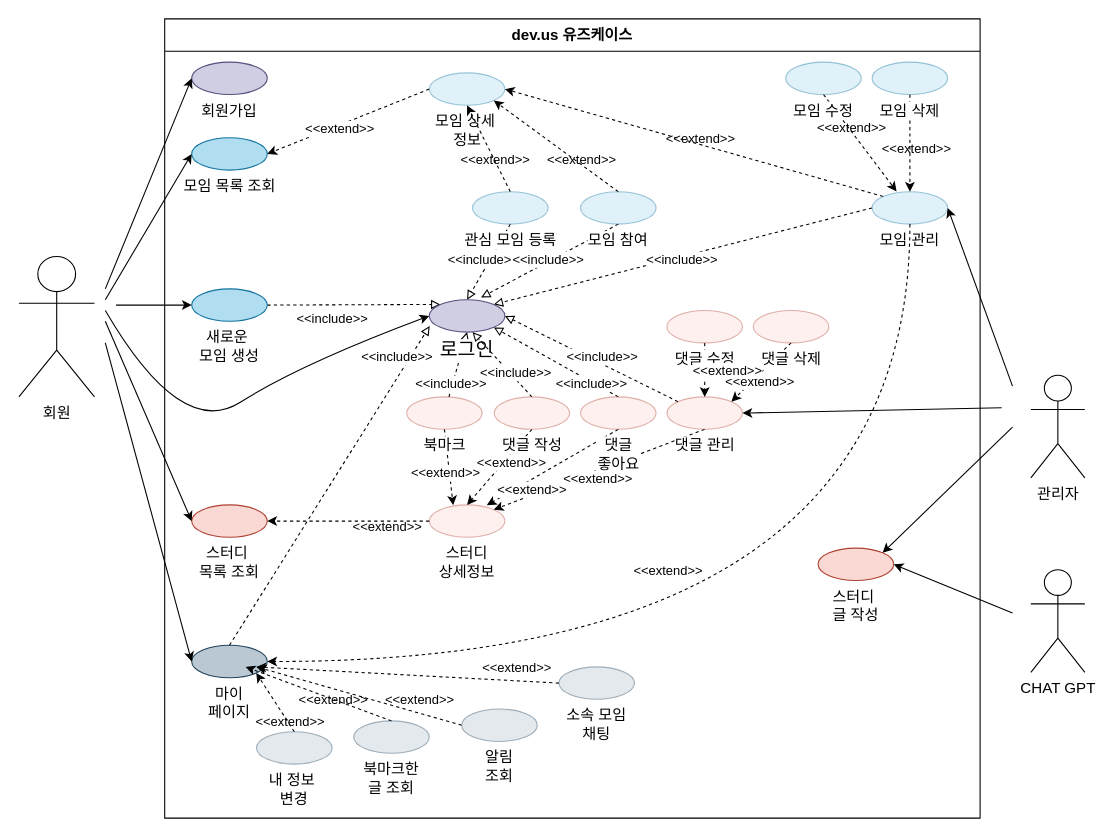
Above: 유즈케이스.drawio in 1201q/dev.us (draw.io), before the change. Source tidied: cells renumbered, new cells numbered last; positions are measured from the earlier drawing's top-left corner, leaving out a move shared by most shapes. Both pictures are drawn from the tidied source at 108%, with x=0, y=0 at pixel (18, 18).
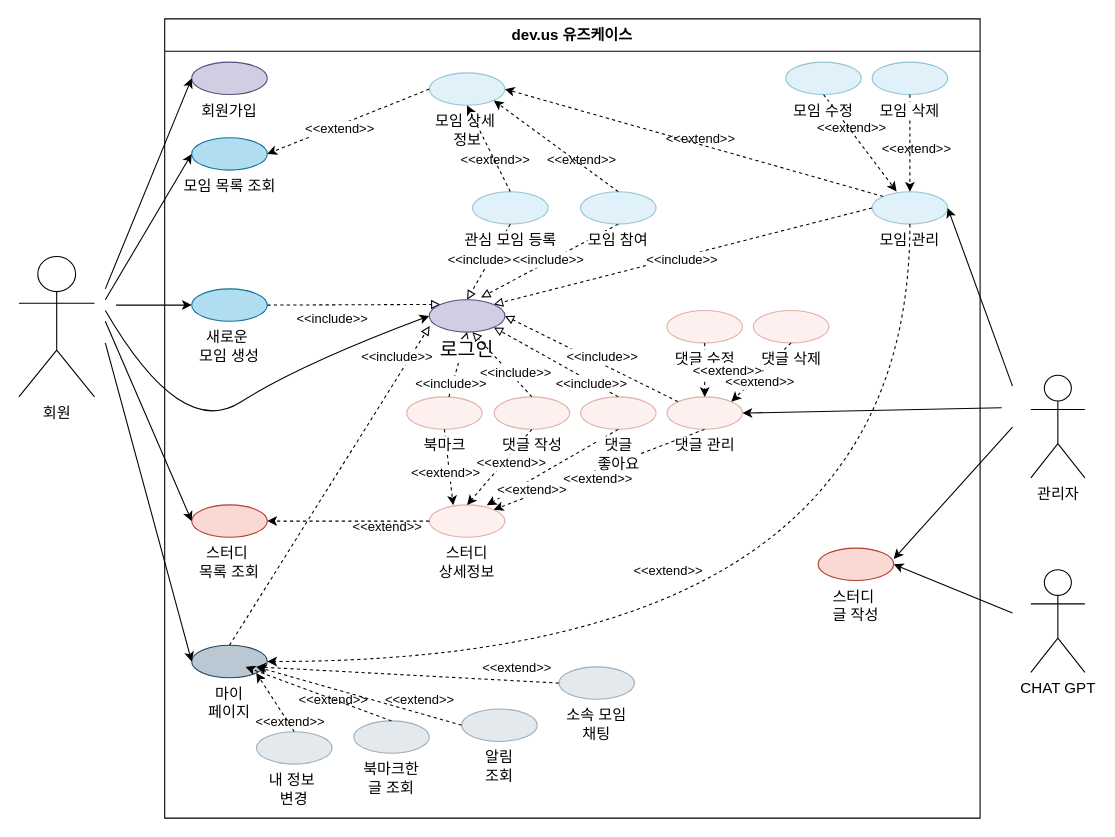
Above is the later version.

Commit message (it also covers changes not shown here):
유즈케이스.drawio 업데이트

The change refers to these unchanged cells:
```xml
<mxCell id="41" value="&lt;span style=&quot;font-size: 14px;&quot;&gt;스터디&amp;nbsp;&lt;/span&gt;&lt;div style=&quot;font-size: 14px;&quot;&gt;&lt;span style=&quot;font-size: 14px;&quot;&gt;글 작성&lt;/span&gt;&lt;/div&gt;" style="ellipse;whiteSpace=wrap;html=1;labelPosition=center;verticalLabelPosition=bottom;align=center;verticalAlign=top;labelBackgroundColor=default;fontSize=14;fillColor=#fad9d5;strokeColor=#ae4132;" parent="2" vertex="1">
  <mxGeometry x="605" y="490" width="70" height="30" as="geometry" />
</mxCell>
```

What changed in the source:
```diff
@@
-<mxGraphModel>
+<mxGraphModel background="#ffffff">
@@
-    <mxCell id="81" style="edgeStyle=none;rounded=0;jettySize=auto;html=1;entryX=1;entryY=0;entryDx=0;entryDy=0;strokeColor=default;align=center;verticalAlign=top;fontFamily=Helvetica;fontSize=14;fontColor=default;labelBackgroundColor=default;endArrow=classic;strokeWidth=1;" parent="1" edge="1" target="41">
+    <mxCell id="81" style="edgeStyle=none;rounded=0;orthogonalLoop=1;jettySize=auto;html=1;strokeColor=default;align=center;verticalAlign=top;fontFamily=Helvetica;fontSize=14;fontColor=default;labelBackgroundColor=default;endArrow=classic;strokeWidth=1;" parent="1" edge="1">
       <mxGeometry relative="1" as="geometry">
         <mxPoint x="920" y="378" as="sourcePoint" />
+        <mxPoint x="810" y="500" as="targetPoint" />
       </mxGeometry>
     </mxCell>
```
